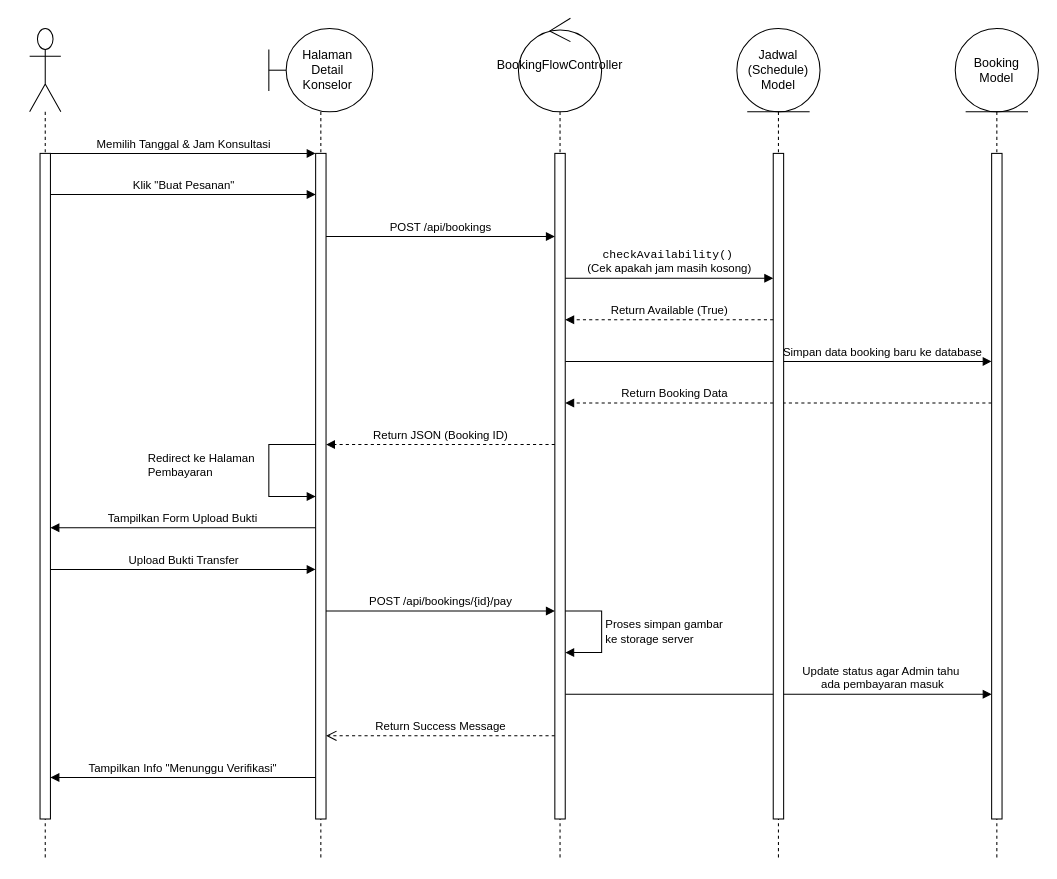
Above: Melakukan Booking Konsultasi.drawio in UlulAzmiALatala/moodly-app (draw.io), before the change. Source tidied: cells renumbered, new cells numbered last; positions are measured from the earlier drawing's top-left corner, leaving out a move shared by most shapes. Both pictures are drawn from the tidied source at 104%, with x=0, y=0 at pixel (29, 18).
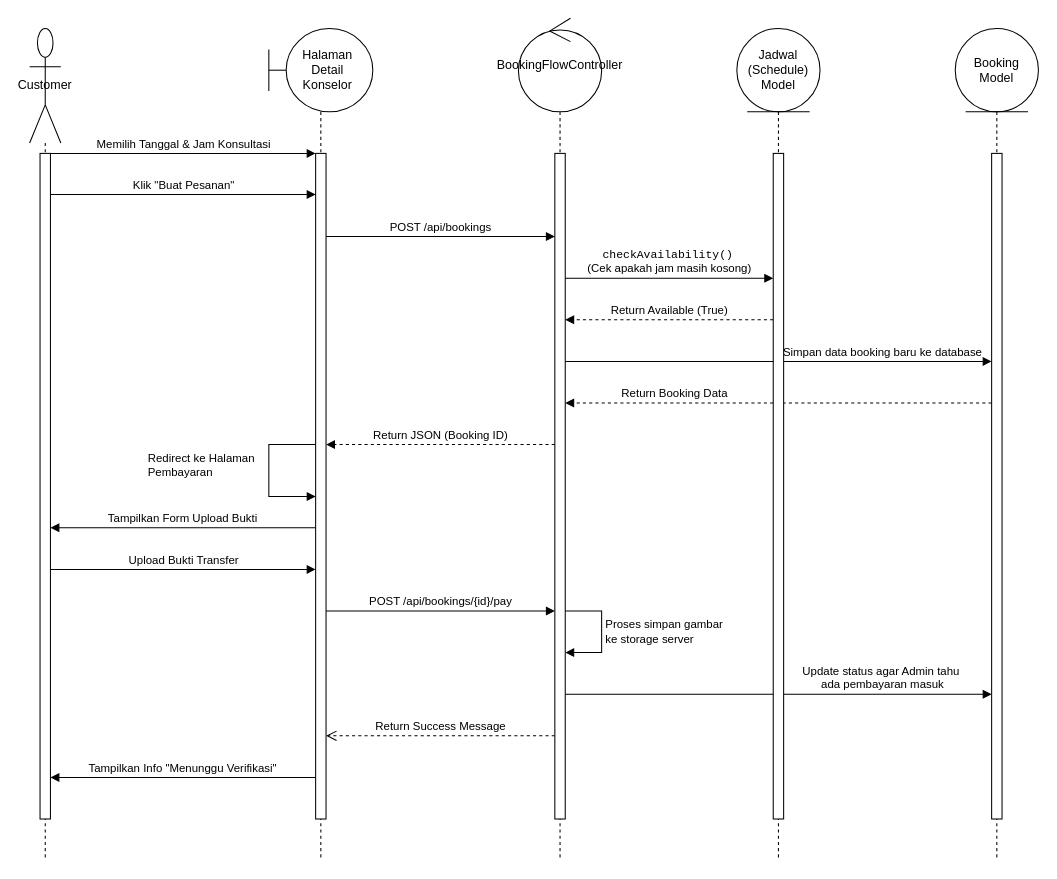
After the change.

The edit, as a diff of the source:
```diff
@@
-    <mxCell id="7" style="shape=umlLifeline;perimeter=lifelinePerimeter;whiteSpace=wrap;html=1;newEdgeStyle={&quot;curved&quot;:0,&quot;rounded&quot;:0};participant=umlActor;size=80;" parent="1" vertex="1">
+    <mxCell id="7" value="Customer" style="shape=umlLifeline;perimeter=lifelinePerimeter;whiteSpace=wrap;html=1;newEdgeStyle={&quot;curved&quot;:0,&quot;rounded&quot;:0};participant=umlActor;size=110;" parent="1" vertex="1">
       <mxGeometry y="10" width="30" height="800" as="geometry" />
     </mxCell>
```
